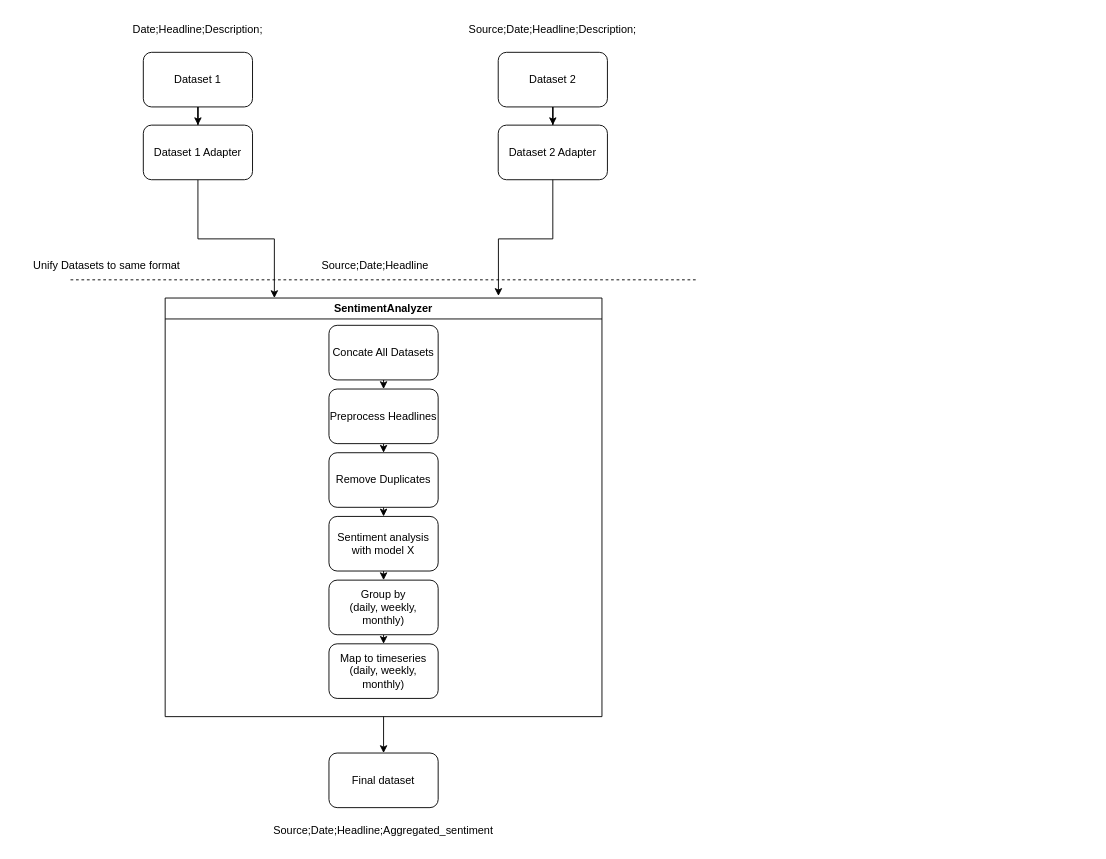
Before: FlowDiagram.drawio in Davidhoechtl/MAI_FinancialForecasting, a draw.io diagram. Source tidied: cells renumbered, new cells numbered last; positions are measured from the earlier drawing's top-left corner, leaving out a move shared by most shapes. Both pictures are drawn from the tidied source at 91%, with x=0, y=0 at pixel (15, 15).
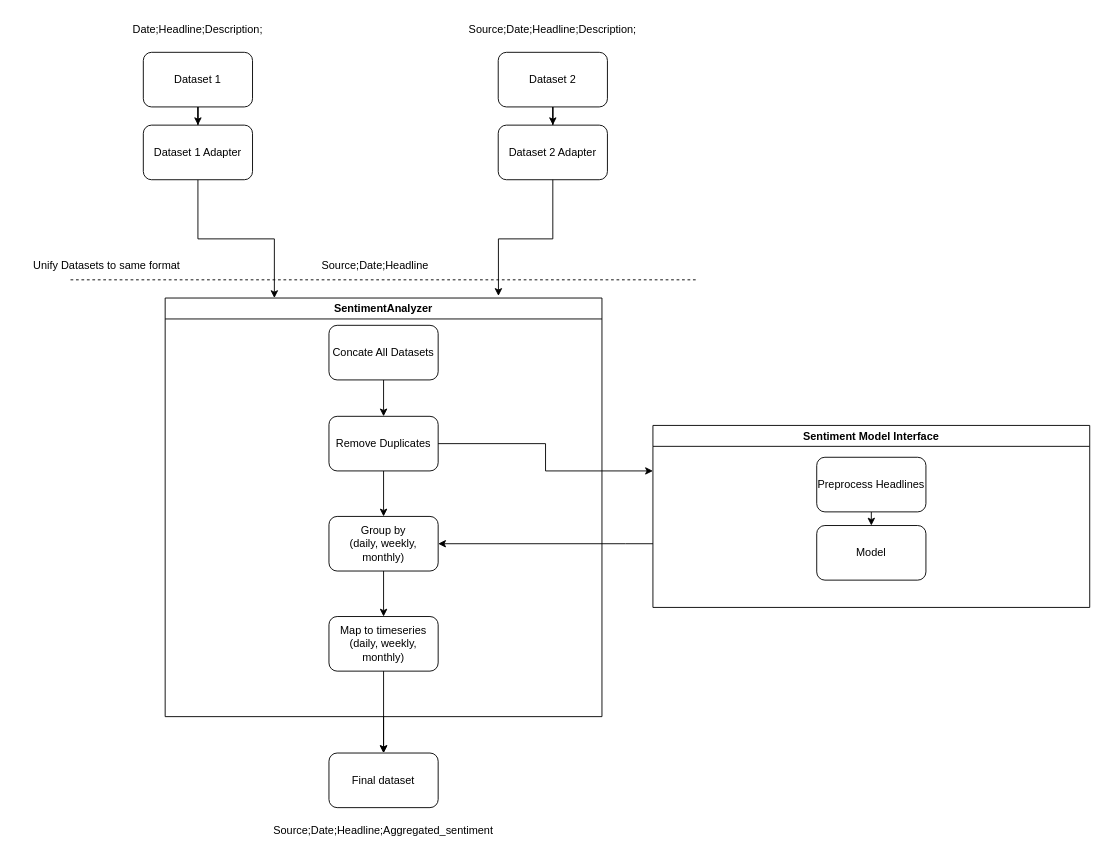
Above is the later version.

Commit message (it also covers changes not shown here):
Added FinBERT sentiment model, fixed lookahead bug and added date filter in sentiment_analyzer

The change refers to these unchanged cells:
```xml
<mxCell id="15" value="SentimentAnalyzer" style="swimlane;whiteSpace=wrap;html=1;" parent="1" vertex="1">
  <mxGeometry x="164" y="310" width="480" height="460" as="geometry" />
</mxCell>
<mxCell id="17" value="Concate All Datasets" style="rounded=1;whiteSpace=wrap;html=1;" parent="15" vertex="1">
  <mxGeometry x="180" y="30" width="120" height="60" as="geometry" />
</mxCell>
<mxCell id="27" value="Final dataset" style="rounded=1;whiteSpace=wrap;html=1;" parent="1" vertex="1">
  <mxGeometry x="344" y="810" width="120" height="60" as="geometry" />
</mxCell>
```

What changed in the source:
```diff
@@
-    <mxCell id="16" style="edgeStyle=orthogonalEdgeStyle;rounded=0;jettySize=auto;html=1;exitX=0.5;exitY=1;exitDx=0;exitDy=0;entryX=0.5;entryY=0;entryDx=0;entryDy=0;" parent="15" edge="1" source="17" target="19">
-      <mxGeometry relative="1" as="geometry" />
-    </mxCell>
+    <mxCell id="30" style="edgeStyle=orthogonalEdgeStyle;rounded=0;jettySize=auto;html=1;entryX=0.5;entryY=0;entryDx=0;entryDy=0;" parent="15" edge="1" source="17" target="21">
+      <mxGeometry relative="1" as="geometry" />
+    </mxCell>
@@
-    <mxCell id="18" style="edgeStyle=orthogonalEdgeStyle;rounded=0;jettySize=auto;html=1;exitX=0.5;exitY=1;exitDx=0;exitDy=0;entryX=0.5;entryY=0;entryDx=0;entryDy=0;" parent="15" edge="1" source="19" target="21">
-      <mxGeometry relative="1" as="geometry" />
-    </mxCell>
-    <mxCell id="19" value="Preprocess Headlines" style="rounded=1;whiteSpace=wrap;html=1;" parent="15" vertex="1">
-      <mxGeometry x="180" y="100" width="120" height="60" as="geometry" />
-    </mxCell>
-    <mxCell id="20" style="edgeStyle=orthogonalEdgeStyle;rounded=0;jettySize=auto;html=1;exitX=0.5;exitY=1;exitDx=0;exitDy=0;entryX=0.5;entryY=0;entryDx=0;entryDy=0;" parent="15" edge="1" source="21" target="23">
-      <mxGeometry relative="1" as="geometry" />
-    </mxCell>
+    <mxCell id="31" style="edgeStyle=orthogonalEdgeStyle;rounded=0;jettySize=auto;html=1;entryX=0.5;entryY=0;entryDx=0;entryDy=0;" parent="15" edge="1" source="21" target="26">
+      <mxGeometry relative="1" as="geometry" />
+    </mxCell>
     <mxCell id="21" value="Remove Duplicates" style="rounded=1;whiteSpace=wrap;html=1;" parent="15" vertex="1">
-      <mxGeometry x="180" y="170" width="120" height="60" as="geometry" />
+      <mxGeometry x="180" y="130" width="120" height="60" as="geometry" />
     </mxCell>
-    <mxCell id="22" style="edgeStyle=orthogonalEdgeStyle;rounded=0;jettySize=auto;html=1;exitX=0.5;exitY=1;exitDx=0;exitDy=0;entryX=0.5;entryY=0;entryDx=0;entryDy=0;" parent="15" edge="1" source="23" target="26">
-      <mxGeometry relative="1" as="geometry" />
-    </mxCell>
-    <mxCell id="23" value="Sentiment analysis with model X" style="rounded=1;whiteSpace=wrap;html=1;" parent="15" vertex="1">
-      <mxGeometry x="180" y="240" width="120" height="60" as="geometry" />
-    </mxCell>
     <mxCell id="24" value="Map to timeseries&lt;div&gt;(daily, weekly, monthly)&lt;/div&gt;" style="rounded=1;whiteSpace=wrap;html=1;" parent="15" vertex="1">
-      <mxGeometry x="180" y="380" width="120" height="60" as="geometry" />
+      <mxGeometry x="180" y="350" width="120" height="60" as="geometry" />
     </mxCell>
@@
     <mxCell id="26" value="Group by&lt;div&gt;(daily, weekly, monthly)&lt;/div&gt;" style="rounded=1;whiteSpace=wrap;html=1;" parent="15" vertex="1">
-      <mxGeometry x="180" y="310" width="120" height="60" as="geometry" />
+      <mxGeometry x="180" y="240" width="120" height="60" as="geometry" />
     </mxCell>
@@
+    <mxCell id="32" style="edgeStyle=orthogonalEdgeStyle;rounded=0;jettySize=auto;html=1;entryX=1;entryY=0.5;entryDx=0;entryDy=0;" parent="1" edge="1" source="33" target="26">
+      <mxGeometry relative="1" as="geometry">
+        <Array as="points">
+          <mxPoint x="670" y="580" />
+          <mxPoint x="670" y="580" />
+        </Array>
+      </mxGeometry>
+    </mxCell>
+    <mxCell id="33" value="Sentiment Model Interface" style="swimlane;whiteSpace=wrap;html=1;" parent="1" vertex="1">
+      <mxGeometry x="700" y="450" width="480" height="200" as="geometry" />
+    </mxCell>
+    <mxCell id="34" style="edgeStyle=orthogonalEdgeStyle;rounded=0;jettySize=auto;html=1;exitX=0.5;exitY=1;exitDx=0;exitDy=0;entryX=0.5;entryY=0;entryDx=0;entryDy=0;" parent="33" edge="1" source="19" target="35">
+      <mxGeometry relative="1" as="geometry" />
+    </mxCell>
+    <mxCell id="19" value="Preprocess Headlines" style="rounded=1;whiteSpace=wrap;html=1;" parent="33" vertex="1">
+      <mxGeometry x="180" y="35" width="120" height="60" as="geometry" />
+    </mxCell>
+    <mxCell id="35" value="Model" style="rounded=1;whiteSpace=wrap;html=1;" parent="33" vertex="1">
+      <mxGeometry x="180" y="110" width="120" height="60" as="geometry" />
+    </mxCell>
+    <mxCell id="36" style="edgeStyle=orthogonalEdgeStyle;rounded=0;jettySize=auto;html=1;entryX=0.5;entryY=0;entryDx=0;entryDy=0;" parent="1" edge="1" source="24" target="27">
+      <mxGeometry relative="1" as="geometry" />
+    </mxCell>
+    <mxCell id="37" style="edgeStyle=orthogonalEdgeStyle;rounded=0;jettySize=auto;html=1;entryX=0;entryY=0.25;entryDx=0;entryDy=0;" parent="1" edge="1" source="21" target="33">
+      <mxGeometry relative="1" as="geometry" />
+    </mxCell>
```
